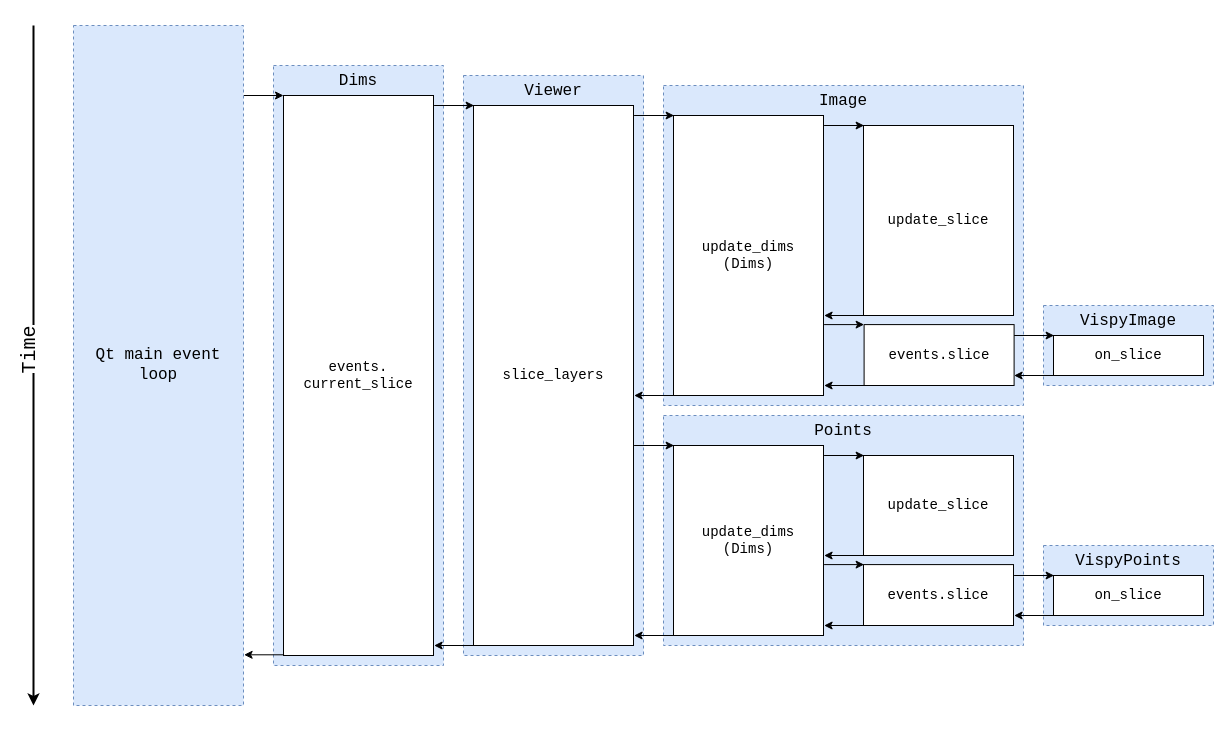
andy-sweet/napari-diagrams keeps this draw.io diagram as napari-slicing-sync-calls-simple.drawio. Above is the earlier version. Source tidied: cells renumbered, new cells numbered last; positions are measured from the earlier drawing's top-left corner, leaving out a move shared by most shapes. Both pictures are drawn from the tidied source at 100%, with x=0, y=0 at pixel (33, 25).
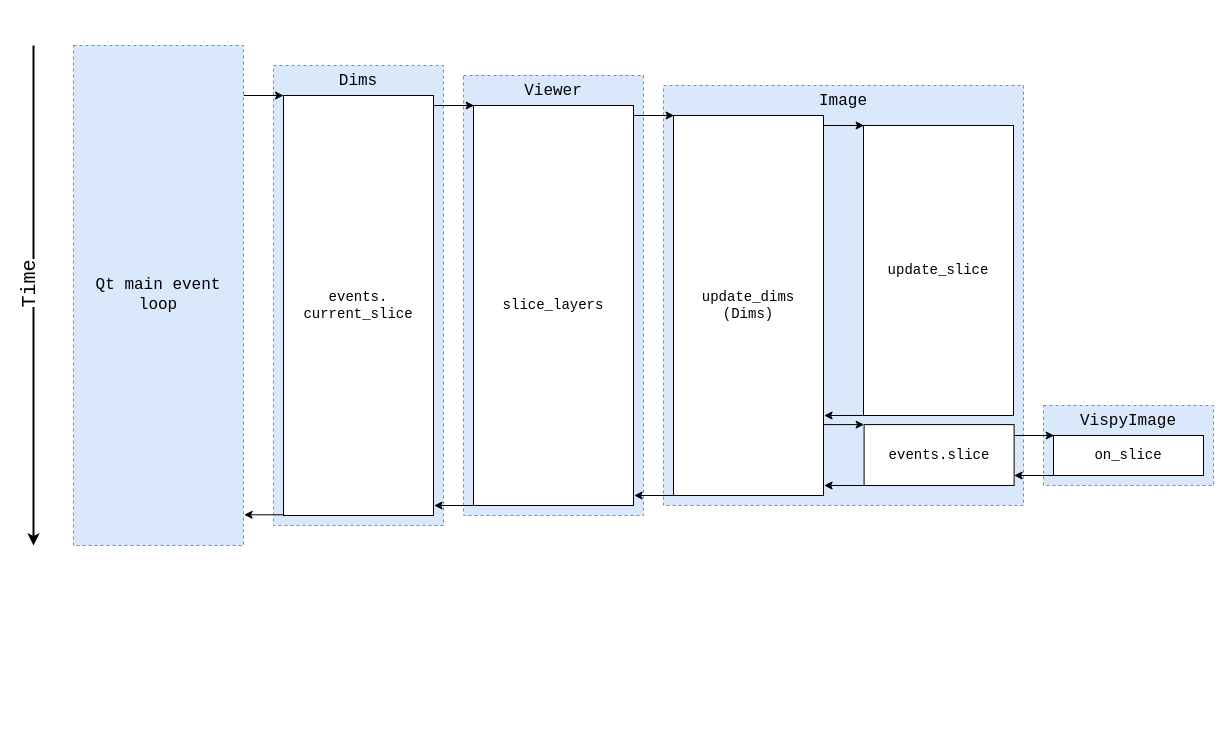
The same diagram, later.

Change to the diagram source:
```diff
@@
-    <mxCell id="2" value="VispyPoints" style="rounded=0;whiteSpace=wrap;html=1;verticalAlign=top;align=center;spacingLeft=0;spacingTop=0;dashed=1;fillColor=#dae8fc;strokeColor=#6c8ebf;fontSize=16;fontFamily=Courier New;" parent="1" vertex="1">
-      <mxGeometry x="1010" y="520" width="170" height="80" as="geometry" />
-    </mxCell>
     <mxCell id="3" value="VispyImage" style="rounded=0;whiteSpace=wrap;html=1;verticalAlign=top;align=center;spacingLeft=0;spacingTop=0;dashed=1;fillColor=#dae8fc;strokeColor=#6c8ebf;fontSize=16;fontFamily=Courier New;" parent="1" vertex="1">
-      <mxGeometry x="1010" y="280" width="170" height="80" as="geometry" />
+      <mxGeometry x="1010" y="380" width="170" height="80" as="geometry" />
     </mxCell>
     <mxCell id="4" value="Viewer&lt;br&gt;" style="rounded=0;whiteSpace=wrap;html=1;verticalAlign=top;align=center;spacingLeft=0;spacingTop=0;dashed=1;fillColor=#dae8fc;strokeColor=#6c8ebf;fontSize=16;fontFamily=Courier New;" parent="1" vertex="1">
-      <mxGeometry x="430" y="50" width="180" height="580" as="geometry" />
+      <mxGeometry x="430" y="50" width="180" height="440" as="geometry" />
     </mxCell>
     <mxCell id="5" value="slice_layers" style="rounded=0;whiteSpace=wrap;html=1;fontSize=14;fontFamily=Courier New;" parent="1" vertex="1">
-      <mxGeometry x="440" y="80" width="160" height="540" as="geometry" />
+      <mxGeometry x="440" y="80" width="160" height="400" as="geometry" />
     </mxCell>
     <mxCell id="6" value="Dims" style="rounded=0;whiteSpace=wrap;html=1;verticalAlign=top;align=center;spacingLeft=0;spacingTop=0;dashed=1;fillColor=#dae8fc;strokeColor=#6c8ebf;fontSize=16;fontFamily=Courier New;" parent="1" vertex="1">
-      <mxGeometry x="240" y="40" width="170" height="600" as="geometry" />
+      <mxGeometry x="240" y="40" width="170" height="460" as="geometry" />
     </mxCell>
     <mxCell id="7" value="events.&lt;br style=&quot;font-size: 14px;&quot;&gt;current_slice" style="rounded=0;whiteSpace=wrap;html=1;fontSize=14;fontFamily=Courier New;" parent="1" vertex="1">
-      <mxGeometry x="250" y="70" width="150" height="560" as="geometry" />
+      <mxGeometry x="250" y="70" width="150" height="420" as="geometry" />
     </mxCell>
     <mxCell id="8" value="Image" style="rounded=0;whiteSpace=wrap;html=1;verticalAlign=top;align=center;spacingLeft=0;spacingTop=0;dashed=1;fillColor=#dae8fc;strokeColor=#6c8ebf;fontSize=16;fontFamily=Courier New;" parent="1" vertex="1">
-      <mxGeometry x="630" y="60" width="360" height="320" as="geometry" />
+      <mxGeometry x="630" y="60" width="360" height="420" as="geometry" />
     </mxCell>
     <mxCell id="9" value="update_dims&lt;br style=&quot;font-size: 14px;&quot;&gt;(Dims)" style="rounded=0;whiteSpace=wrap;html=1;fontSize=14;fontFamily=Courier New;" parent="1" vertex="1">
-      <mxGeometry x="640" y="90" width="150" height="280" as="geometry" />
+      <mxGeometry x="640" y="90" width="150" height="380" as="geometry" />
     </mxCell>
     <mxCell id="10" value="update_slice" style="rounded=0;whiteSpace=wrap;html=1;fontSize=14;fontFamily=Courier New;" parent="1" vertex="1">
-      <mxGeometry x="830" y="100" width="150" height="190" as="geometry" />
+      <mxGeometry x="830" y="100" width="150" height="290" as="geometry" />
     </mxCell>
     <mxCell id="11" value="events.slice" style="rounded=0;whiteSpace=wrap;html=1;fontSize=14;fontFamily=Courier New;" parent="1" vertex="1">
-      <mxGeometry x="830.6" y="299.1" width="150" height="60.9" as="geometry" />
+      <mxGeometry x="830.6" y="399.1" width="150" height="60.9" as="geometry" />
     </mxCell>
@@
     <mxCell id="16" style="endArrow=classic;html=1;rounded=0;fontFamily=Courier New;" parent="1" edge="1">
       <mxGeometry relative="1" as="geometry">
-        <mxPoint x="980.6" y="310" as="sourcePoint" />
-        <mxPoint x="1020.6" y="310" as="targetPoint" />
+        <mxPoint x="980.6" y="410" as="sourcePoint" />
+        <mxPoint x="1020.6" y="410" as="targetPoint" />
       </mxGeometry>
     </mxCell>
     <mxCell id="17" style="endArrow=classic;html=1;rounded=0;fontFamily=Courier New;" parent="1" edge="1">
       <mxGeometry relative="1" as="geometry">
-        <mxPoint x="1020.6" y="350" as="sourcePoint" />
-        <mxPoint x="980.6" y="350" as="targetPoint" />
+        <mxPoint x="1020.6" y="450" as="sourcePoint" />
+        <mxPoint x="980.6" y="450" as="targetPoint" />
       </mxGeometry>
     </mxCell>
     <mxCell id="18" style="endArrow=classic;html=1;rounded=0;fontFamily=Courier New;" parent="1" edge="1">
       <mxGeometry relative="1" as="geometry">
-        <mxPoint x="830.6" y="360" as="sourcePoint" />
-        <mxPoint x="790.6" y="360" as="targetPoint" />
+        <mxPoint x="830.6" y="460" as="sourcePoint" />
+        <mxPoint x="790.6" y="460" as="targetPoint" />
       </mxGeometry>
     </mxCell>
     <mxCell id="19" style="endArrow=classic;html=1;rounded=0;fontFamily=Courier New;" parent="1" edge="1">
       <mxGeometry relative="1" as="geometry">
-        <mxPoint x="790.6" y="299.1" as="sourcePoint" />
-        <mxPoint x="830.6" y="299.1" as="targetPoint" />
+        <mxPoint x="790.6" y="399.1" as="sourcePoint" />
+        <mxPoint x="830.6" y="399.1" as="targetPoint" />
       </mxGeometry>
     </mxCell>
     <mxCell id="20" style="endArrow=classic;html=1;rounded=0;fontFamily=Courier New;" parent="1" edge="1">
       <mxGeometry relative="1" as="geometry">
-        <mxPoint x="640.6" y="370" as="sourcePoint" />
-        <mxPoint x="600.6" y="370" as="targetPoint" />
+        <mxPoint x="640.6" y="470" as="sourcePoint" />
+        <mxPoint x="600.6" y="470" as="targetPoint" />
       </mxGeometry>
     </mxCell>
     <mxCell id="21" style="endArrow=classic;html=1;rounded=0;fontFamily=Courier New;" parent="1" edge="1">
       <mxGeometry relative="1" as="geometry">
-        <mxPoint x="440.6" y="620" as="sourcePoint" />
-        <mxPoint x="400.6" y="620" as="targetPoint" />
+        <mxPoint x="440.6" y="480" as="sourcePoint" />
+        <mxPoint x="400.6" y="480" as="targetPoint" />
       </mxGeometry>
     </mxCell>
     <mxCell id="22" style="endArrow=classic;html=1;rounded=0;fontFamily=Courier New;" parent="1" edge="1">
       <mxGeometry relative="1" as="geometry">
-        <mxPoint x="250.6" y="629.3" as="sourcePoint" />
-        <mxPoint x="210.6" y="629.3" as="targetPoint" />
+        <mxPoint x="250.6" y="489.3" as="sourcePoint" />
+        <mxPoint x="210.6" y="489.3" as="targetPoint" />
       </mxGeometry>
     </mxCell>
     <mxCell id="23" style="endArrow=classic;html=1;rounded=0;fontFamily=Courier New;" parent="1" edge="1">
       <mxGeometry relative="1" as="geometry">
-        <mxPoint x="830.6" y="290" as="sourcePoint" />
-        <mxPoint x="790.6" y="290" as="targetPoint" />
+        <mxPoint x="830.6" y="390" as="sourcePoint" />
+        <mxPoint x="790.6" y="390" as="targetPoint" />
       </mxGeometry>
     </mxCell>
-    <mxCell id="24" value="Points" style="rounded=0;whiteSpace=wrap;html=1;verticalAlign=top;align=center;spacingLeft=0;spacingTop=0;dashed=1;fillColor=#dae8fc;strokeColor=#6c8ebf;fontSize=16;fontFamily=Courier New;" parent="1" vertex="1">
-      <mxGeometry x="630" y="390" width="360" height="230" as="geometry" />
-    </mxCell>
-    <mxCell id="25" value="update_dims&lt;br&gt;(Dims)" style="rounded=0;whiteSpace=wrap;html=1;fontSize=14;fontFamily=Courier New;" parent="1" vertex="1">
-      <mxGeometry x="640" y="420" width="150" height="190" as="geometry" />
-    </mxCell>
-    <mxCell id="26" value="update_slice" style="rounded=0;whiteSpace=wrap;html=1;fontSize=14;fontFamily=Courier New;" parent="1" vertex="1">
-      <mxGeometry x="830" y="430" width="150" height="100" as="geometry" />
-    </mxCell>
-    <mxCell id="27" value="events.slice" style="rounded=0;whiteSpace=wrap;html=1;fontSize=14;fontFamily=Courier New;" parent="1" vertex="1">
-      <mxGeometry x="830" y="539.1" width="150" height="60.9" as="geometry" />
-    </mxCell>
-    <mxCell id="28" style="endArrow=classic;html=1;rounded=0;fontFamily=Courier New;" parent="1" edge="1">
-      <mxGeometry relative="1" as="geometry">
-        <mxPoint x="790.6" y="430" as="sourcePoint" />
-        <mxPoint x="830.6" y="430" as="targetPoint" />
-      </mxGeometry>
-    </mxCell>
-    <mxCell id="29" style="endArrow=classic;html=1;rounded=0;fontFamily=Courier New;" parent="1" edge="1">
-      <mxGeometry relative="1" as="geometry">
-        <mxPoint x="980.6" y="550" as="sourcePoint" />
-        <mxPoint x="1020.6" y="550" as="targetPoint" />
-      </mxGeometry>
-    </mxCell>
-    <mxCell id="30" style="endArrow=classic;html=1;rounded=0;fontFamily=Courier New;" parent="1" edge="1">
-      <mxGeometry relative="1" as="geometry">
-        <mxPoint x="1020.6" y="590" as="sourcePoint" />
-        <mxPoint x="980.6" y="590" as="targetPoint" />
-      </mxGeometry>
-    </mxCell>
-    <mxCell id="31" style="endArrow=classic;html=1;rounded=0;fontFamily=Courier New;" parent="1" edge="1">
-      <mxGeometry relative="1" as="geometry">
-        <mxPoint x="830.6" y="600" as="sourcePoint" />
-        <mxPoint x="790.6" y="600" as="targetPoint" />
-      </mxGeometry>
-    </mxCell>
-    <mxCell id="32" style="endArrow=classic;html=1;rounded=0;fontFamily=Courier New;" parent="1" edge="1">
-      <mxGeometry relative="1" as="geometry">
-        <mxPoint x="790.6" y="539.1" as="sourcePoint" />
-        <mxPoint x="830.6" y="539.1" as="targetPoint" />
-      </mxGeometry>
-    </mxCell>
-    <mxCell id="33" style="endArrow=classic;html=1;rounded=0;fontFamily=Courier New;" parent="1" edge="1">
-      <mxGeometry relative="1" as="geometry">
-        <mxPoint x="830.6" y="530" as="sourcePoint" />
-        <mxPoint x="790.6" y="530" as="targetPoint" />
-      </mxGeometry>
-    </mxCell>
-    <mxCell id="34" style="endArrow=classic;html=1;rounded=0;fontFamily=Courier New;" parent="1" edge="1">
-      <mxGeometry relative="1" as="geometry">
-        <mxPoint x="640.6" y="610" as="sourcePoint" />
-        <mxPoint x="600.6" y="610" as="targetPoint" />
-      </mxGeometry>
-    </mxCell>
-    <mxCell id="35" style="endArrow=classic;html=1;rounded=0;fontFamily=Courier New;" parent="1" edge="1">
-      <mxGeometry relative="1" as="geometry">
-        <mxPoint x="600.6" y="420" as="sourcePoint" />
-        <mxPoint x="640.6" y="420" as="targetPoint" />
-      </mxGeometry>
-    </mxCell>
     <mxCell id="36" value="on_slice" style="rounded=0;whiteSpace=wrap;html=1;fontSize=14;fontFamily=Courier New;" parent="1" vertex="1">
-      <mxGeometry x="1020" y="310" width="150" height="40" as="geometry" />
+      <mxGeometry x="1020" y="410" width="150" height="40" as="geometry" />
     </mxCell>
-    <mxCell id="37" value="on_slice" style="rounded=0;whiteSpace=wrap;html=1;fontSize=14;fontFamily=Courier New;" parent="1" vertex="1">
-      <mxGeometry x="1020" y="550" width="150" height="40" as="geometry" />
-    </mxCell>
     <mxCell id="38" style="endArrow=classic;html=1;rounded=0;fontSize=20;strokeWidth=2;fontFamily=Courier New;" parent="1" edge="1">
       <mxGeometry relative="1" as="geometry">
-        <mxPoint as="sourcePoint" />
-        <mxPoint y="680" as="targetPoint" />
+        <mxPoint y="20" as="sourcePoint" />
+        <mxPoint y="520" as="targetPoint" />
       </mxGeometry>
     </mxCell>
@@
     <mxCell id="40" value="Qt main event loop" style="rounded=0;whiteSpace=wrap;html=1;verticalAlign=middle;align=center;spacingLeft=0;spacingTop=0;dashed=1;fillColor=#dae8fc;strokeColor=#6c8ebf;fontSize=16;horizontal=1;fontFamily=Courier New;" parent="1" vertex="1">
-      <mxGeometry x="40" width="170" height="680" as="geometry" />
+      <mxGeometry x="40" y="20" width="170" height="500" as="geometry" />
     </mxCell>
```
